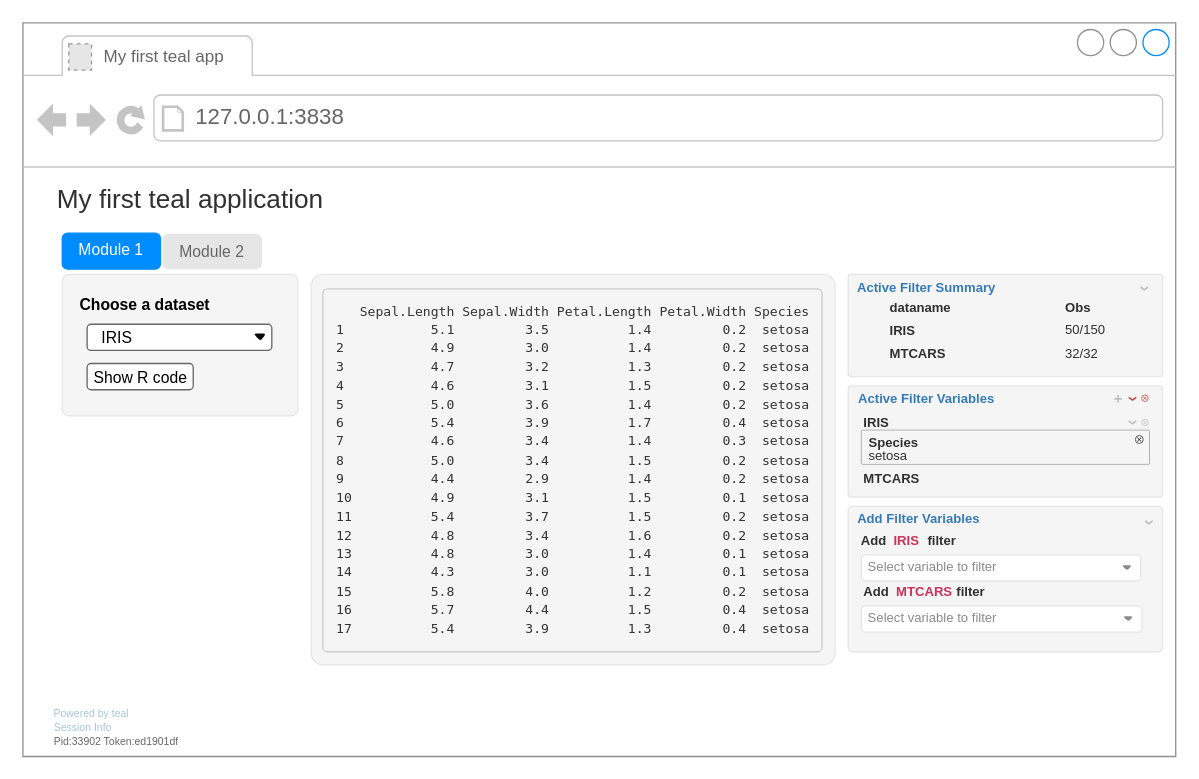
insightsengineering/teal keeps this draw.io diagram as inst/design/teal-app-components-hover.drawio. Above is the earlier version. Source tidied: cells renumbered, new cells numbered last; positions are measured from the earlier drawing's top-left corner, leaving out a move shared by most shapes. Both pictures are drawn from the tidied source at 131%, with x=0, y=0 at pixel (22, 22). Pictures stored in the file or linked from it are replaced by grey dashed boxes.
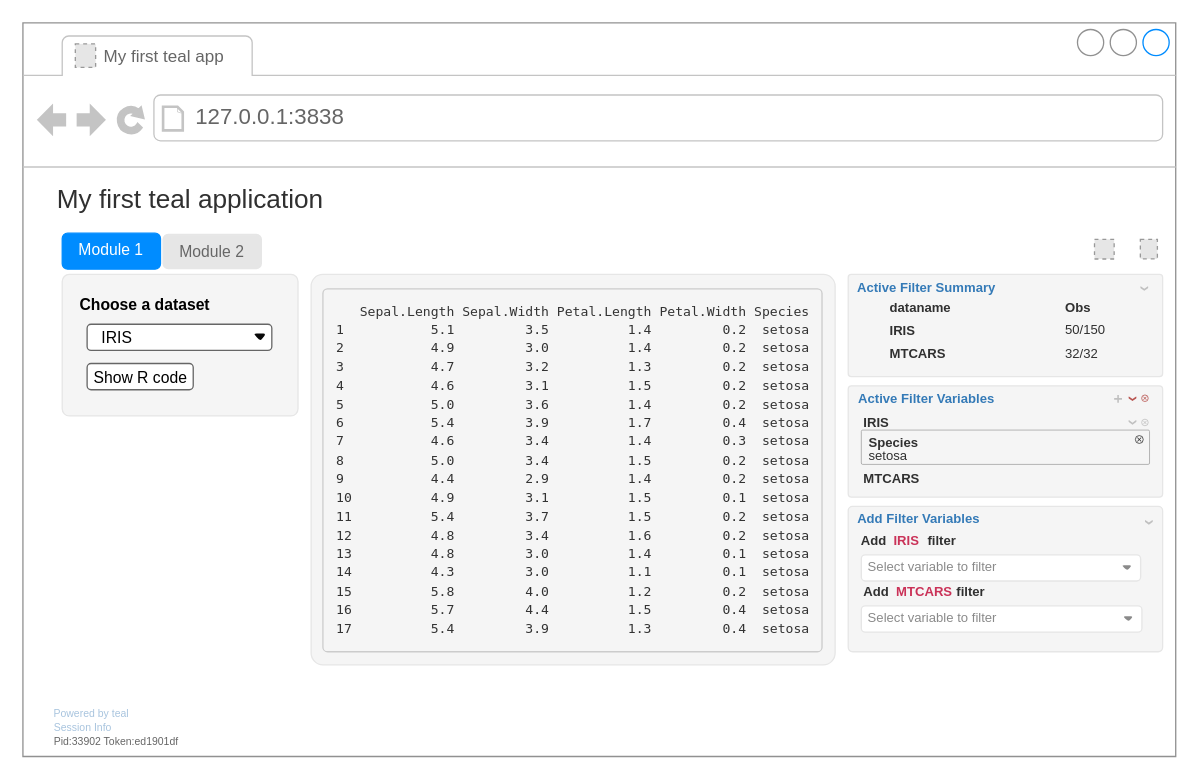
After the change.

Change to the diagram source:
```diff
@@
-    <mxCell id="6" style="fillColor=#E6E6E6;strokeColor=#999999;dashed=1;verticalLabelPosition=bottom;labelBackgroundColor=default;verticalAlign=top;" parent="1" vertex="1">
-      <mxGeometry x="35" y="16" width="17.4" height="20" as="geometry" />
-    </mxCell>
@@
+    <mxCell id="61" style="fillColor=#E6E6E6;strokeColor=#999999;dashed=1;verticalLabelPosition=bottom;labelBackgroundColor=default;verticalAlign=top;" parent="1" vertex="1">
+      <mxGeometry x="40" y="16" width="15.5" height="18" as="geometry" />
+    </mxCell>
+    <mxCell id="62" style="fillColor=#E6E6E6;strokeColor=#999999;dashed=1;verticalLabelPosition=bottom;labelBackgroundColor=default;verticalAlign=top;" parent="1" vertex="1">
+      <mxGeometry x="818" y="165.2" width="15" height="15" as="geometry" />
+    </mxCell>
+    <mxCell id="63" style="fillColor=#E6E6E6;strokeColor=#999999;dashed=1;verticalLabelPosition=bottom;labelBackgroundColor=default;verticalAlign=top;" parent="1" vertex="1">
+      <mxGeometry x="853" y="165.2" width="13" height="14.9" as="geometry" />
+    </mxCell>
```
